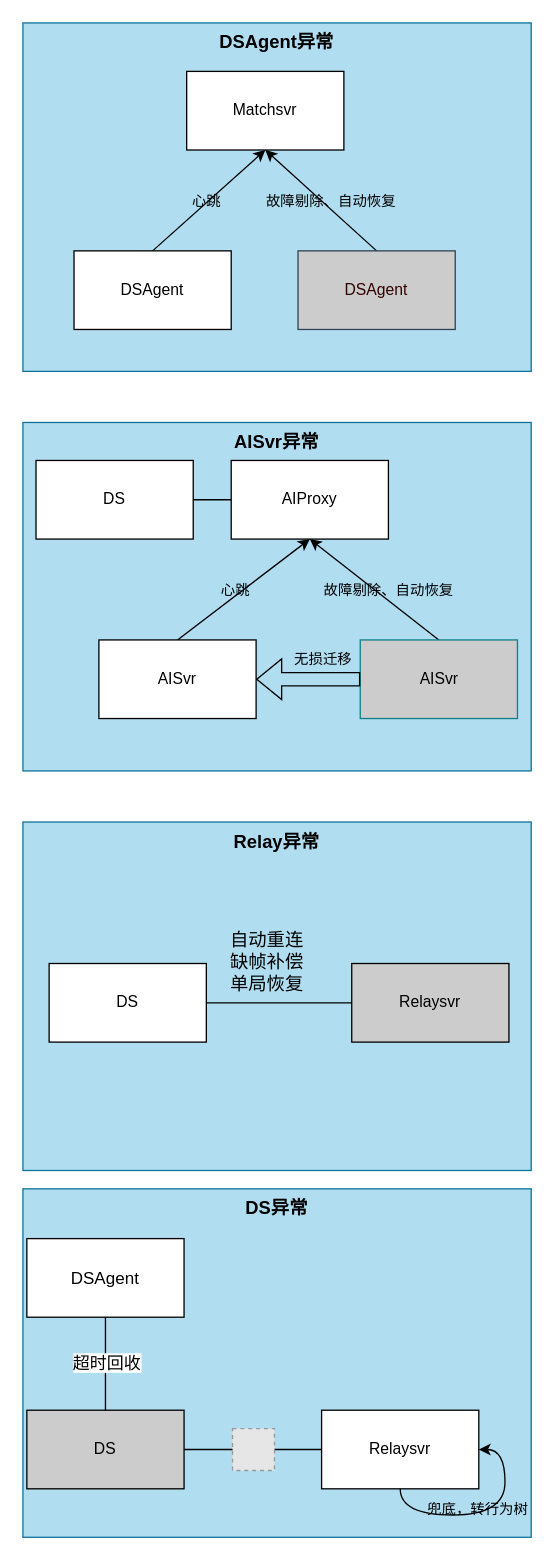
Memoryss/NISHIKI keeps this draw.io diagram as page "NISHIKI AI高可用" (6 of 10) of NISHIKI架构.drawio. Above is the earlier version. Source tidied: cells renumbered, new cells numbered last; positions are measured from the earlier drawing's top-left corner, leaving out a move shared by most shapes. Both pictures are drawn from the tidied source at 131%, with x=0, y=0 at pixel (22, 22). Pictures stored in the file or linked from it are replaced by grey dashed boxes.
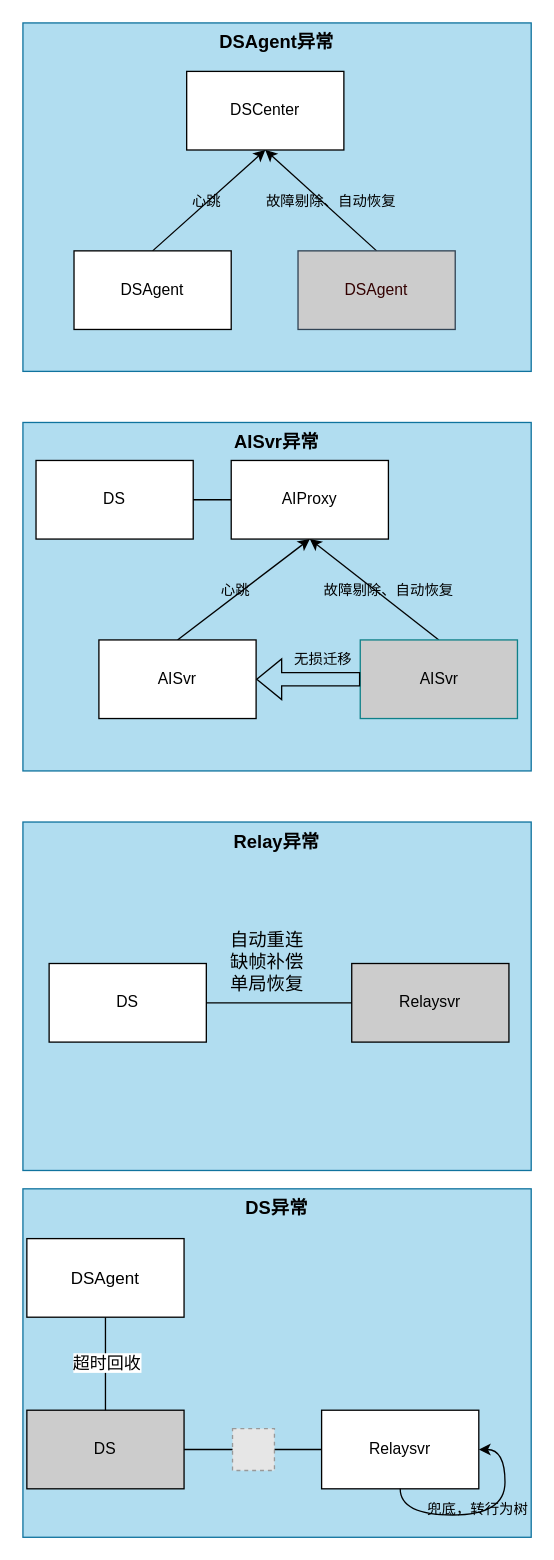
The same page after the edit.

The edit, as a diff of the source:
```diff
@@
-    <mxCell id="6" value="Matchsvr" style="rounded=0;whiteSpace=wrap;html=1;" parent="1" vertex="1">
+    <mxCell id="6" value="DSCenter" style="rounded=0;whiteSpace=wrap;html=1;" parent="1" vertex="1">
       <mxGeometry x="125" y="37" width="120" height="60" as="geometry" />
     </mxCell>
```
